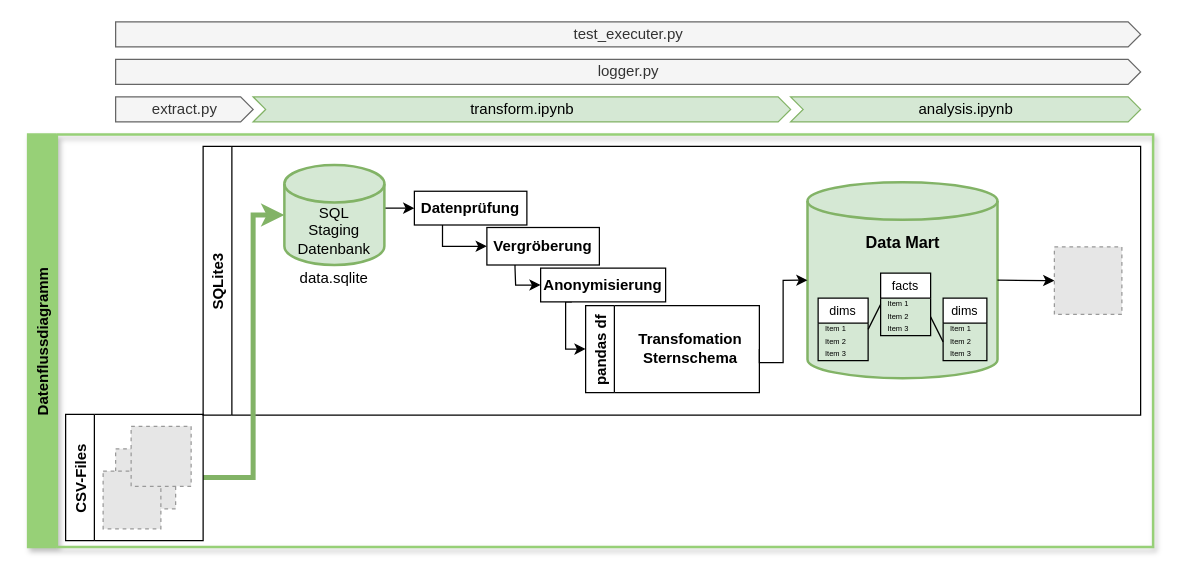
This is images/Datenflussdiagramm.drawio from Fuenfgeld/DMA2022DataProjectC, a draw.io file, before an edit. Source tidied: cells renumbered, new cells numbered last; positions are measured from the earlier drawing's top-left corner, leaving out a move shared by most shapes. Both pictures are drawn from the tidied source at 125%, with x=0, y=0 at pixel (28, 21). Pictures stored in the file or linked from it are replaced by grey dashed boxes.
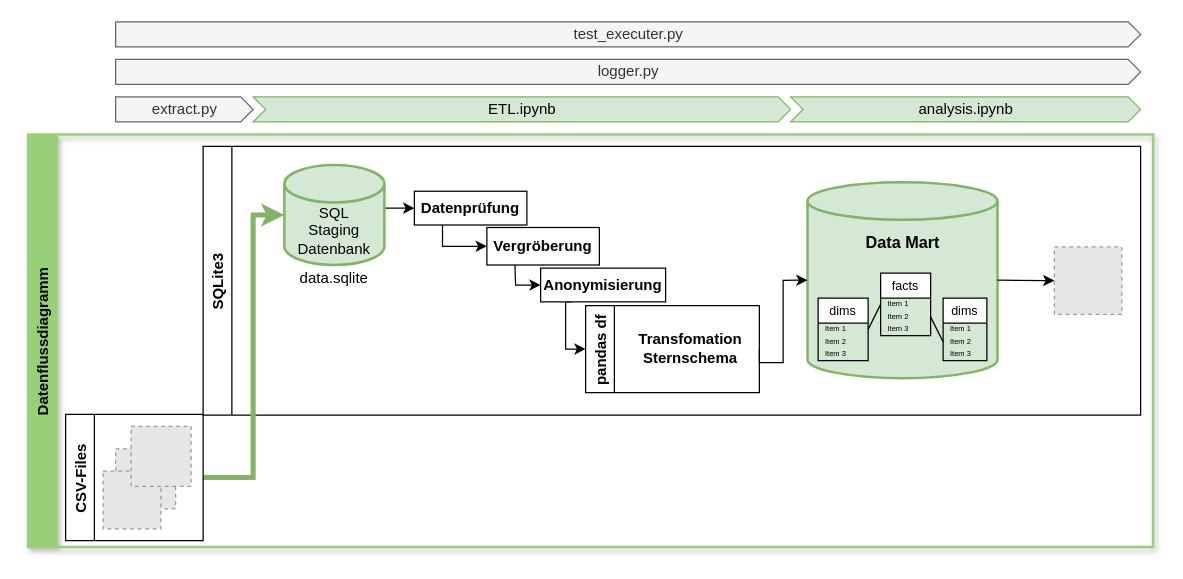
After the change.

Diff of the diagram source:
```diff
@@
-    <mxCell id="39" value="transform.ipynb" style="html=1;shadow=0;dashed=0;align=center;verticalAlign=middle;shape=mxgraph.arrows2.arrow;dy=0;dx=10;notch=10;fillColor=#d5e8d4;strokeColor=#82b366;" parent="1" vertex="1">
+    <mxCell id="39" value="ETL.ipynb" style="html=1;shadow=0;dashed=0;align=center;verticalAlign=middle;shape=mxgraph.arrows2.arrow;dy=0;dx=10;notch=10;fillColor=#d5e8d4;strokeColor=#82b366;" parent="1" vertex="1">
       <mxGeometry x="180" y="60" width="430" height="20" as="geometry" />
     </mxCell>
```
